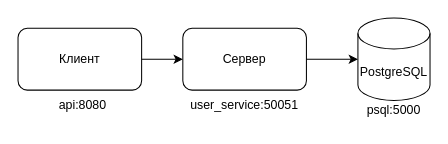
Before: schema.drawio in chas3air/UsersService, a draw.io diagram. Source tidied: cells renumbered, new cells numbered last; positions are measured from the earlier drawing's top-left corner, leaving out a move shared by most shapes. Both pictures are drawn from the tidied source at 103%, with x=0, y=0 at pixel (18, 18).
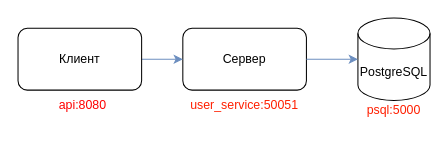
Above is the later version.

Diff of the diagram source:
```diff
@@
 <mxGraphModel>
   <root>
     <mxCell id="0" />
     <mxCell id="1" parent="0" />
     <mxCell id="2" value="Сервер" style="rounded=1;whiteSpace=wrap;html=1;" parent="1" vertex="1">
       <mxGeometry x="160" y="10" width="120" height="60" as="geometry" />
     </mxCell>
-    <mxCell id="3" style="edgeStyle=none;html=1;exitX=1;exitY=0.5;exitDx=0;exitDy=0;entryX=0;entryY=0.5;entryDx=0;entryDy=0;" parent="1" edge="1" source="4" target="2">
+    <mxCell id="3" style="edgeStyle=none;html=1;exitX=1;exitY=0.5;exitDx=0;exitDy=0;entryX=0;entryY=0.5;entryDx=0;entryDy=0;fillColor=#dae8fc;strokeColor=#6c8ebf;" parent="1" edge="1" source="4" target="2">
       <mxGeometry relative="1" as="geometry" />
     </mxCell>
     <mxCell id="4" value="Клиент" style="rounded=1;whiteSpace=wrap;html=1;" parent="1" vertex="1">
       <mxGeometry y="10" width="120" height="60" as="geometry" />
     </mxCell>
     <mxCell id="5" value="PostgreSQL" style="shape=cylinder3;whiteSpace=wrap;html=1;boundedLbl=1;backgroundOutline=1;size=15;" parent="1" vertex="1">
       <mxGeometry x="330" width="70" height="80" as="geometry" />
     </mxCell>
-    <mxCell id="6" style="edgeStyle=none;html=1;exitX=1;exitY=0.5;exitDx=0;exitDy=0;entryX=0;entryY=0.5;entryDx=0;entryDy=0;entryPerimeter=0;" parent="1" edge="1" source="2" target="5">
+    <mxCell id="6" style="edgeStyle=none;html=1;exitX=1;exitY=0.5;exitDx=0;exitDy=0;entryX=0;entryY=0.5;entryDx=0;entryDy=0;entryPerimeter=0;fillColor=#dae8fc;strokeColor=#6c8ebf;" parent="1" edge="1" source="2" target="5">
       <mxGeometry relative="1" as="geometry" />
     </mxCell>
-    <mxCell id="7" value="api:8080" style="text;html=1;align=center;verticalAlign=middle;whiteSpace=wrap;rounded=0;" parent="1" vertex="1">
+    <mxCell id="7" value="&lt;font style=&quot;color: light-dark(rgb(255, 0, 0), rgb(18, 18, 18));&quot;&gt;api:8080&lt;/font&gt;" style="text;html=1;align=center;verticalAlign=middle;whiteSpace=wrap;rounded=0;" parent="1" vertex="1">
       <mxGeometry x="33" y="70" width="60" height="30" as="geometry" />
     </mxCell>
-    <mxCell id="8" value="user_service:50051" style="text;html=1;align=center;verticalAlign=middle;whiteSpace=wrap;rounded=0;" parent="1" vertex="1">
+    <mxCell id="8" value="&lt;font style=&quot;color: rgb(255, 31, 1);&quot;&gt;user_service:50051&lt;/font&gt;" style="text;html=1;align=center;verticalAlign=middle;whiteSpace=wrap;rounded=0;" parent="1" vertex="1">
       <mxGeometry x="160" y="70" width="120" height="30" as="geometry" />
     </mxCell>
-    <mxCell id="9" value="psql:5000" style="text;html=1;align=center;verticalAlign=middle;whiteSpace=wrap;rounded=0;" parent="1" vertex="1">
+    <mxCell id="9" value="&lt;font style=&quot;color: rgb(255, 31, 1);&quot;&gt;psql:5000&lt;/font&gt;" style="text;html=1;align=center;verticalAlign=middle;whiteSpace=wrap;rounded=0;" parent="1" vertex="1">
       <mxGeometry x="335" y="75" width="60" height="30" as="geometry" />
     </mxCell>
   </root>
 </mxGraphModel>
```
